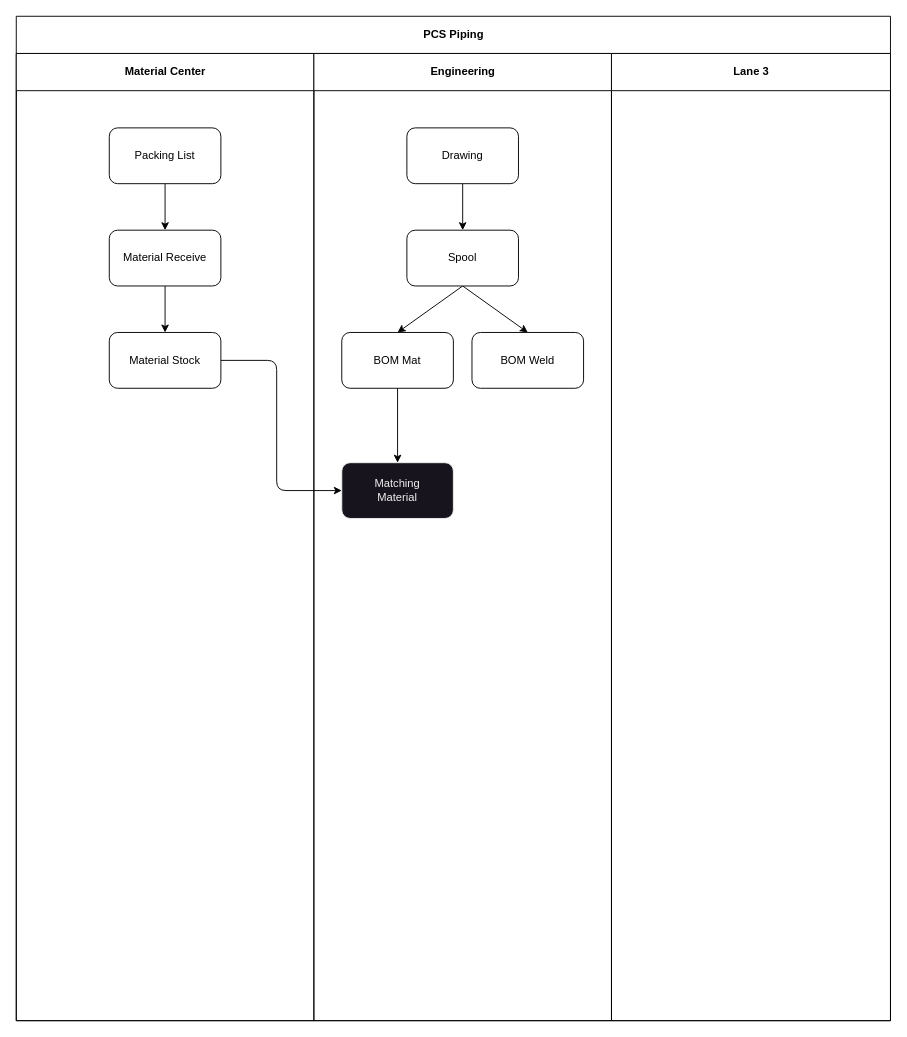
Above: pcs-piping.drawio in Jakkaphong2023/app-flowchart (draw.io), before the change. Source tidied: cells renumbered, new cells numbered last; positions are measured from the earlier drawing's top-left corner, leaving out a move shared by most shapes. Both pictures are drawn from the tidied source at 93%, with x=0, y=0 at pixel (16, 16).
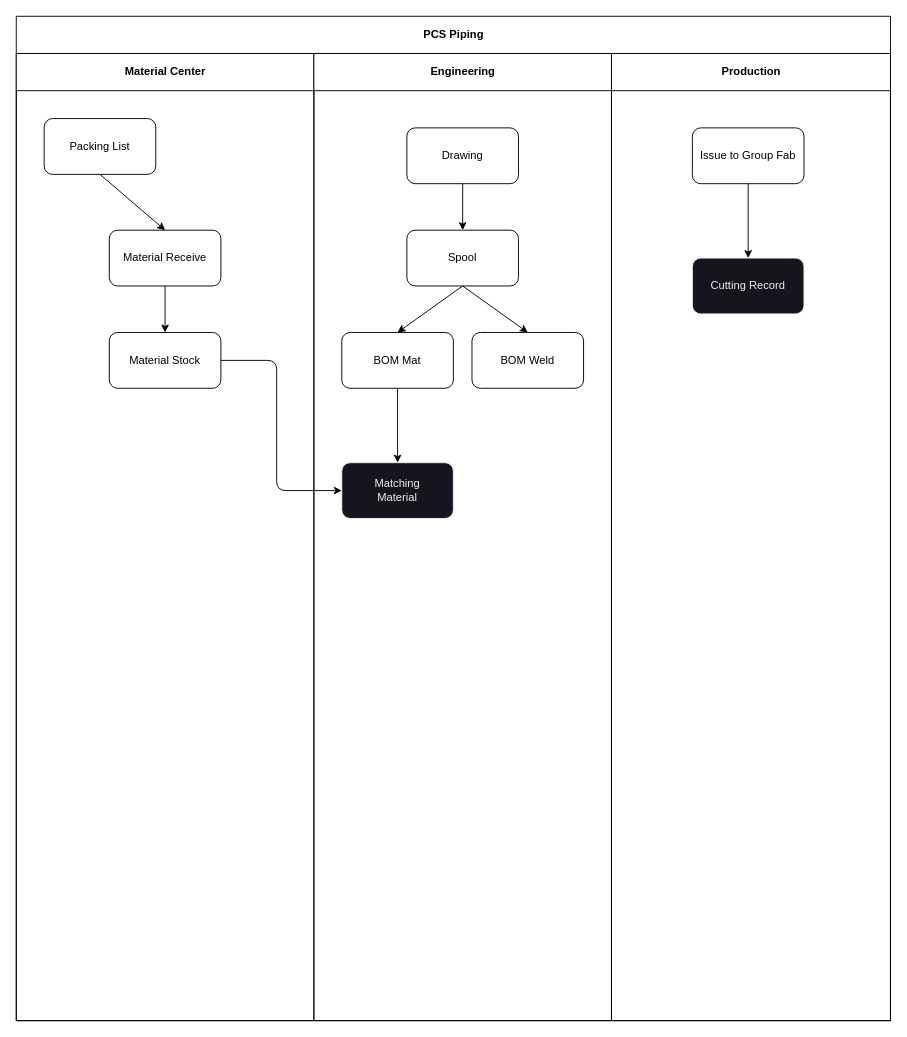
The same diagram, later.

The change refers to these unchanged cells:
```xml
<mxCell id="3" value="PCS Piping" style="swimlane;startSize=40;html=1;" parent="2" vertex="1">
  <mxGeometry width="940" height="1080" as="geometry" />
</mxCell>
```

The edit, as a diff of the source:
```diff
@@
-    <mxCell id="6" value="Lane 3" style="swimlane;startSize=40;html=1;" parent="3" vertex="1">
+    <mxCell id="6" value="Production" style="swimlane;startSize=40;html=1;" parent="3" vertex="1">
       <mxGeometry x="640" y="40" width="300" height="1040" as="geometry" />
     </mxCell>
@@
     <mxCell id="9" value="Packing List" style="rounded=1;whiteSpace=wrap;html=1;" parent="7" vertex="1">
-      <mxGeometry x="100" y="120" width="120" height="60" as="geometry" />
+      <mxGeometry x="30" y="110" width="120" height="60" as="geometry" />
     </mxCell>
@@
+    <mxCell id="24" parent="0" />
+    <mxCell id="25" style="edgeStyle=none;html=1;" parent="24" edge="1" source="26" target="27">
+      <mxGeometry relative="1" as="geometry" />
+    </mxCell>
+    <mxCell id="26" value="Issue to Group Fab" style="rounded=1;whiteSpace=wrap;html=1;" parent="24" vertex="1">
+      <mxGeometry x="727" y="120" width="120" height="60" as="geometry" />
+    </mxCell>
+    <mxCell id="27" value="Cutting Record" style="whiteSpace=wrap;html=1;fillColor=rgb(24, 20, 29);strokeColor=rgb(240, 240, 240);fontColor=rgb(240, 240, 240);rounded=1;" parent="24" vertex="1">
+      <mxGeometry x="727" y="260" width="120" height="60" as="geometry" />
+    </mxCell>
```
